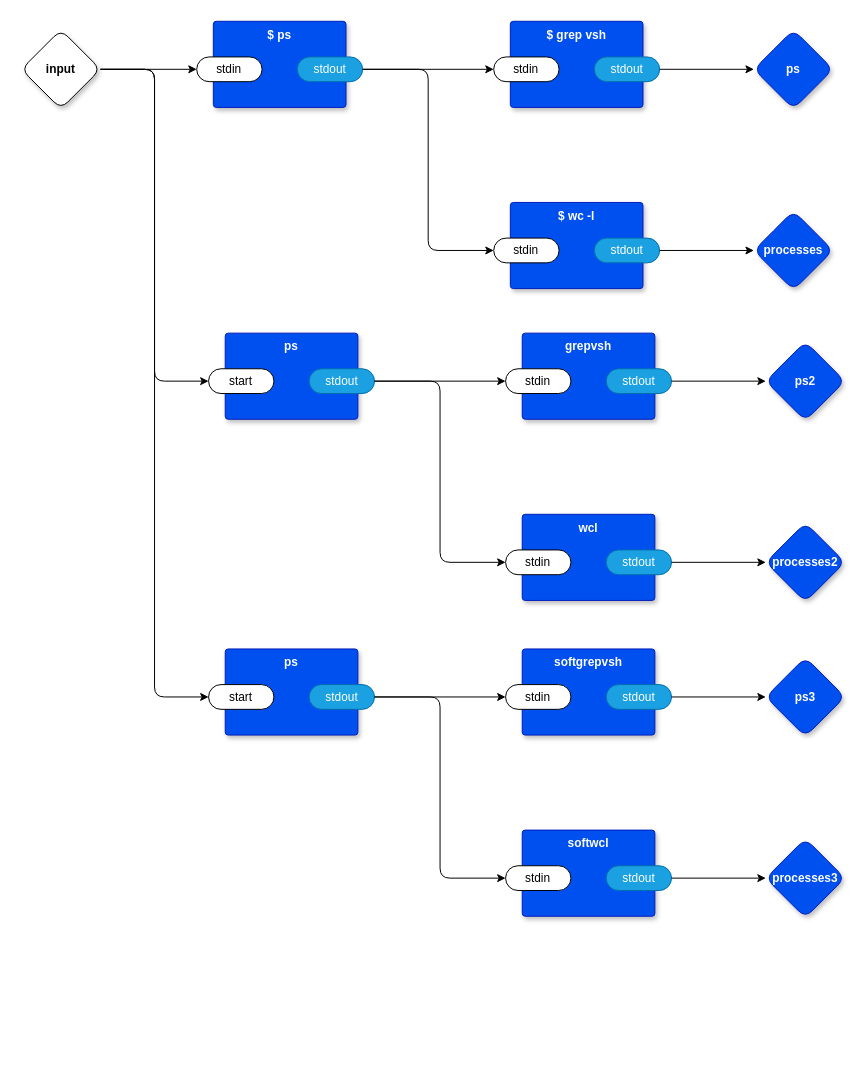
guitarvydas/odin0d keeps this draw.io diagram as page "main" (1 of 10) of vsh.drawio. Above is the earlier version. Source tidied: cells renumbered, new cells numbered last; positions are measured from the earlier drawing's top-left corner, leaving out a move shared by most shapes. Both pictures are drawn from the tidied source at 99%, with x=0, y=0 at pixel (21, 21).
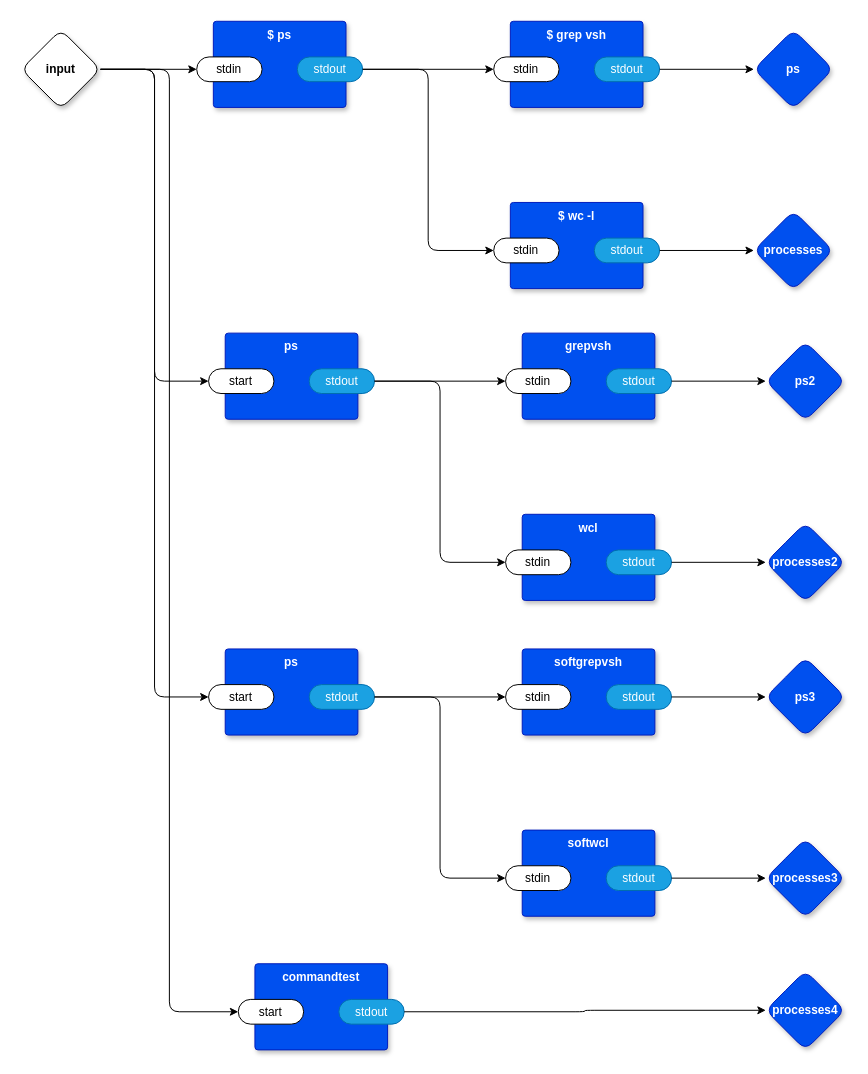
The same page after the edit.

Commit message (it also covers changes not shown here):
command test outputs to processes4 (near top)

The change refers to these unchanged cells:
```xml
<mxCell id="5" value="input" style="rhombus;whiteSpace=wrap;html=1;rounded=1;fontStyle=1;glass=0;sketch=0;fontSize=12;points=[[0,0.5,0,0,0],[0.5,0,0,0,0],[0.5,1,0,0,0],[1,0.5,0,0,0]];shadow=1;" parent="1" vertex="1">
  <mxGeometry y="8.5" width="80" height="80" as="geometry" />
</mxCell>
```

What changed in the source:
```diff
@@
+    <mxCell id="51" style="edgeStyle=orthogonalEdgeStyle;shape=connector;rounded=1;jettySize=auto;html=1;entryX=0;entryY=0.5;entryDx=0;entryDy=0;entryPerimeter=0;labelBackgroundColor=default;strokeColor=default;fontFamily=Helvetica;fontSize=11;fontColor=default;endArrow=classic;" parent="1" edge="1" source="5" target="53">
+      <mxGeometry relative="1" as="geometry" />
+    </mxCell>
@@
+    <mxCell id="52" value="commandtest" style="rounded=1;whiteSpace=wrap;html=1;sketch=0;verticalAlign=top;arcSize=6;fontStyle=1;absoluteArcSize=1;shadow=1;strokeColor=#001DBC;fillColor=#0050ef;fontColor=#ffffff;" parent="1" vertex="1">
+      <mxGeometry x="236" y="952" width="134" height="87" as="geometry" />
+    </mxCell>
+    <mxCell id="53" value="start" style="rounded=1;whiteSpace=wrap;html=1;sketch=0;points=[[0,0.5,0,0,0],[1,0.5,0,0,0]];arcSize=50;" parent="52" vertex="1">
+      <mxGeometry x="-16.8" y="36" width="66" height="25" as="geometry" />
+    </mxCell>
+    <mxCell id="54" value="stdout" style="rounded=1;whiteSpace=wrap;html=1;sketch=0;points=[[0,0.5,0,0,0],[1,0.5,0,0,0]];fillColor=#1ba1e2;fontColor=#ffffff;strokeColor=#006EAF;arcSize=50;" parent="52" vertex="1">
+      <mxGeometry x="84.8" y="36" width="66" height="25" as="geometry" />
+    </mxCell>
+    <mxCell id="55" value="processes4" style="rhombus;whiteSpace=wrap;html=1;rounded=1;fillColor=#0050ef;fontColor=#ffffff;strokeColor=#001DBC;fontStyle=1;glass=0;sketch=0;fontSize=12;points=[[0,0.5,0,0,0],[0.5,0,0,0,0],[0.5,1,0,0,0],[1,0.5,0,0,0]];shadow=1;" parent="1" vertex="1">
+      <mxGeometry x="752" y="959" width="80" height="80" as="geometry" />
+    </mxCell>
+    <mxCell id="56" style="edgeStyle=orthogonalEdgeStyle;shape=connector;rounded=1;jettySize=auto;html=1;exitX=1;exitY=0.5;exitDx=0;exitDy=0;exitPerimeter=0;labelBackgroundColor=default;strokeColor=default;fontFamily=Helvetica;fontSize=11;fontColor=default;endArrow=classic;" parent="1" edge="1" source="54" target="55">
+      <mxGeometry relative="1" as="geometry" />
+    </mxCell>
```
